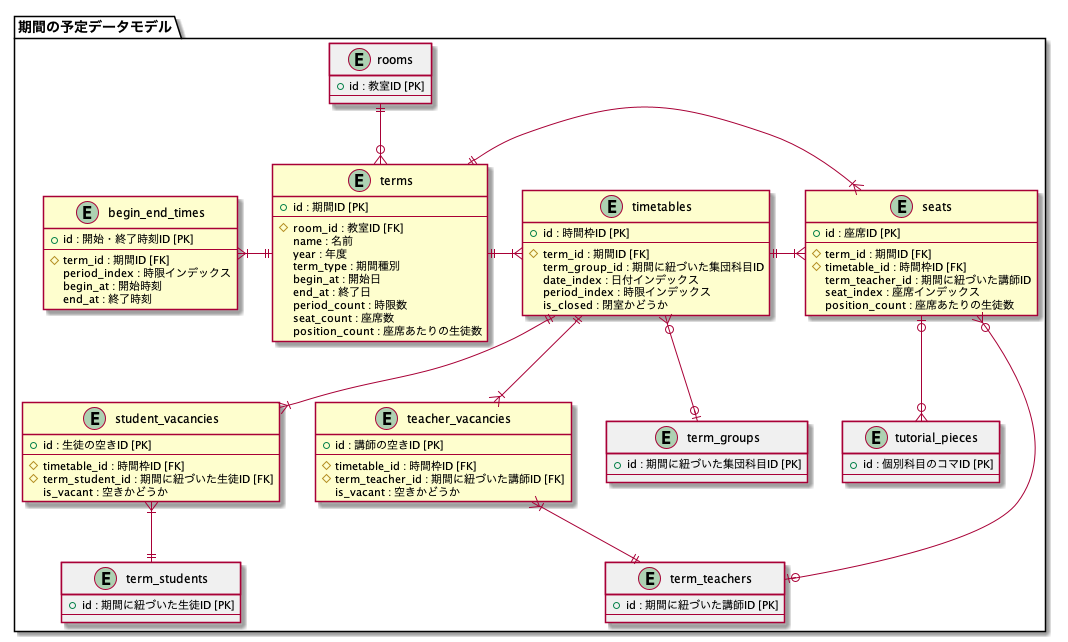
Before: application/doc/term_schedule_data_model.png, a diagram exported from PlantUML (mass584/rakuraku_komagumi).
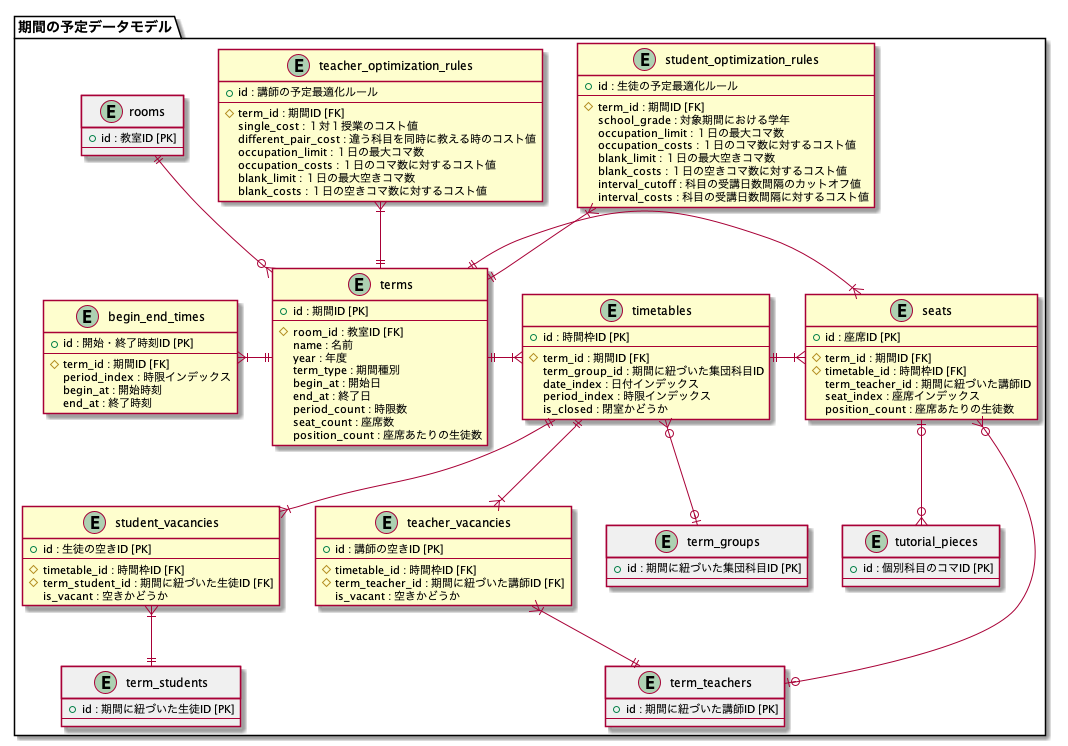
Above is the later version.

Commit message:
optimization_ruleモデルの追加

What changed in the source:
```diff
@@ -18,6 +18,31 @@
     period_count : 時限数
     seat_count : 座席数
     position_count : 座席あたりの生徒数
+  }
+
+  entity "student_optimization_rules" {
+    + id : 生徒の予定最適化ルール
+    --
+    # term_id : 期間ID [FK]
+    school_grade : 対象期間における学年
+    occupation_limit : １日の最大コマ数
+    occupation_costs : １日のコマ数に対するコスト値
+    blank_limit : １日の最大空きコマ数
+    blank_costs : １日の空きコマ数に対するコスト値
+    interval_cutoff : 科目の受講日数間隔のカットオフ値
+    interval_costs : 科目の受講日数間隔に対するコスト値
+  }
+
+  entity "teacher_optimization_rules" {
+    + id : 講師の予定最適化ルール
+    --
+    # term_id : 期間ID [FK]
+    single_cost : １対１授業のコスト値
+    different_pair_cost : 違う科目を同時に教える時のコスト値
+    occupation_limit : １日の最大コマ数
+    occupation_costs : １日のコマ数に対するコスト値
+    blank_limit : １日の最大空きコマ数
+    blank_costs : １日の空きコマ数に対するコスト値
   }
 
   entity "term_students" #F0F0F0 {
@@ -87,6 +112,8 @@
 }
 
 rooms ||-do-o{ terms
+terms ||-up-|{ teacher_optimization_rules
+terms ||-up-|{ student_optimization_rules
 terms ||-le-|{ begin_end_times
 terms ||-ri-|{ timetables
 terms ||-ri-|{ seats
```
